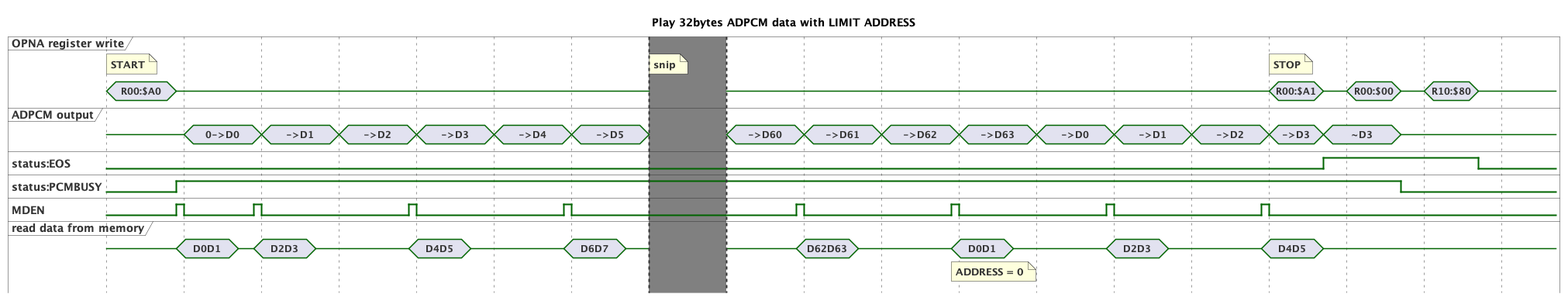
Before: chart/adpcm_play_limit.png, a diagram exported from PlantUML (hyano/opna-analyze). The source it was exported from:
```plantuml
@startuml
Title Play 32bytes ADPCM data with LIMIT ADDRESS

scale 100 as 100 pixels
hide time-axis

concise "OPNA register write" as OPNA
concise "ADPCM output" as OUT
binary "status:EOS" as EOS
binary "status:PCMBUSY" as PCMBUSY
binary "MDEN" as MDEN
concise "read data from memory" as RD

@0 as :start
@800 as :lasthalf
@1500 as :stopseq


@:start
OPNA is "R00:$A0"
note top of OPNA: START
OUT is {-}
RD is {-}
@+90
OPNA is {-}
PCMBUSY is high
MDEN is high
RD is "D0D1"
@+10
MDEN is low
@+70
RD is {-}

@:start+100
OPNA is {-}
OUT is "0->D0"
@+90
MDEN is high
RD is "D2D3"
@+10
MDEN is low
@+70
RD is {-}

@:start+200
OUT is "->D1"

@:start+300
OPNA is {-}
OUT is "->D2"
@+90
MDEN is high
RD is "D4D5"
@+10
MDEN is low
@+70
RD is {-}

@:start+400
OUT is "->D3"

@:start+500
OPNA is {-}
OUT is "->D4"
@+90
MDEN is high
RD is "D6D7"
@+10
MDEN is low
@+70
RD is {-}

@:start+600
OUT is "->D5"

@:start+700
note top of OPNA: snip
OPNA is {hidden}
OUT is {hidden}
MDEN is {hidden}
RD is {hidden}


highlight 700 to 800 #Gray


@:lasthalf
OPNA is {-}
OUT is "->D60"
RD is {-}
@+90
MDEN is high
RD is "D62D63"
@+10
MDEN is low
@+70
RD is {-}

@:lasthalf+100
OPNA is {-}
OUT is "->D61"


@:lasthalf+200
OPNA is {-}
OUT is "->D62"
@+90
MDEN is high
RD is "D0D1"
note bottom of RD: ADDRESS = 0
@+10
MDEN is low
@+70
RD is {-}

@:lasthalf+300
OPNA is {-}
OUT is "->D63"

@:lasthalf+400
OPNA is {-}
OUT is "->D0"
@+90
MDEN is high
RD is "D2D3"
@+10
MDEN is low
@+70
RD is {-}

@:lasthalf+500
OPNA is {-}
OUT is "->D1"


@:lasthalf+600
OPNA is {-}
OUT is "->D2"
@+90
MDEN is high
RD is "D4D5"
@+10
MDEN is low
@+70
RD is {-}






@:stopseq
OPNA is "R00:$A1"
OUT is "->D3"
note top of OPNA: STOP
@+70
OPNA is {-}
OUT is "~D3"
EOS is high
@:stopseq+100
OPNA is "R00:$00"
@+70
OPNA is {-}
OUT is {-}
PCMBUSY is low
@:stopseq+200
OPNA is "R10:$80"
@+70
OPNA is {-}
EOS is low


@enduml
```
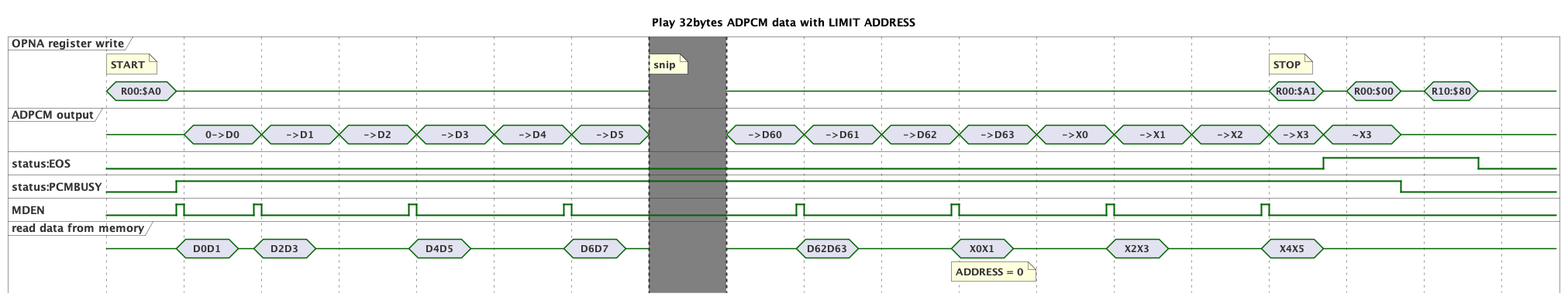
After the commit.

Commit message:
LIMIT ADDRESSで折り返した後のデータの記号をDからXに変更した

Diff of the diagram source:
```diff
@@ -106,7 +106,7 @@
 OUT is "->D62"
 @+90
 MDEN is high
-RD is "D0D1"
+RD is "X0X1"
 note bottom of RD: ADDRESS = 0
 @+10
 MDEN is low
@@ -119,10 +119,10 @@
 
 @:lasthalf+400
 OPNA is {-}
-OUT is "->D0"
+OUT is "->X0"
 @+90
 MDEN is high
-RD is "D2D3"
+RD is "X2X3"
 @+10
 MDEN is low
 @+70
@@ -130,15 +130,15 @@
 
 @:lasthalf+500
 OPNA is {-}
-OUT is "->D1"
+OUT is "->X1"
 
 
 @:lasthalf+600
 OPNA is {-}
-OUT is "->D2"
+OUT is "->X2"
 @+90
 MDEN is high
-RD is "D4D5"
+RD is "X4X5"
 @+10
 MDEN is low
 @+70
@@ -151,11 +151,11 @@
 
 @:stopseq
 OPNA is "R00:$A1"
-OUT is "->D3"
+OUT is "->X3"
 note top of OPNA: STOP
 @+70
 OPNA is {-}
-OUT is "~D3"
+OUT is "~X3"
 EOS is high
 @:stopseq+100
 OPNA is "R00:$00"
```
